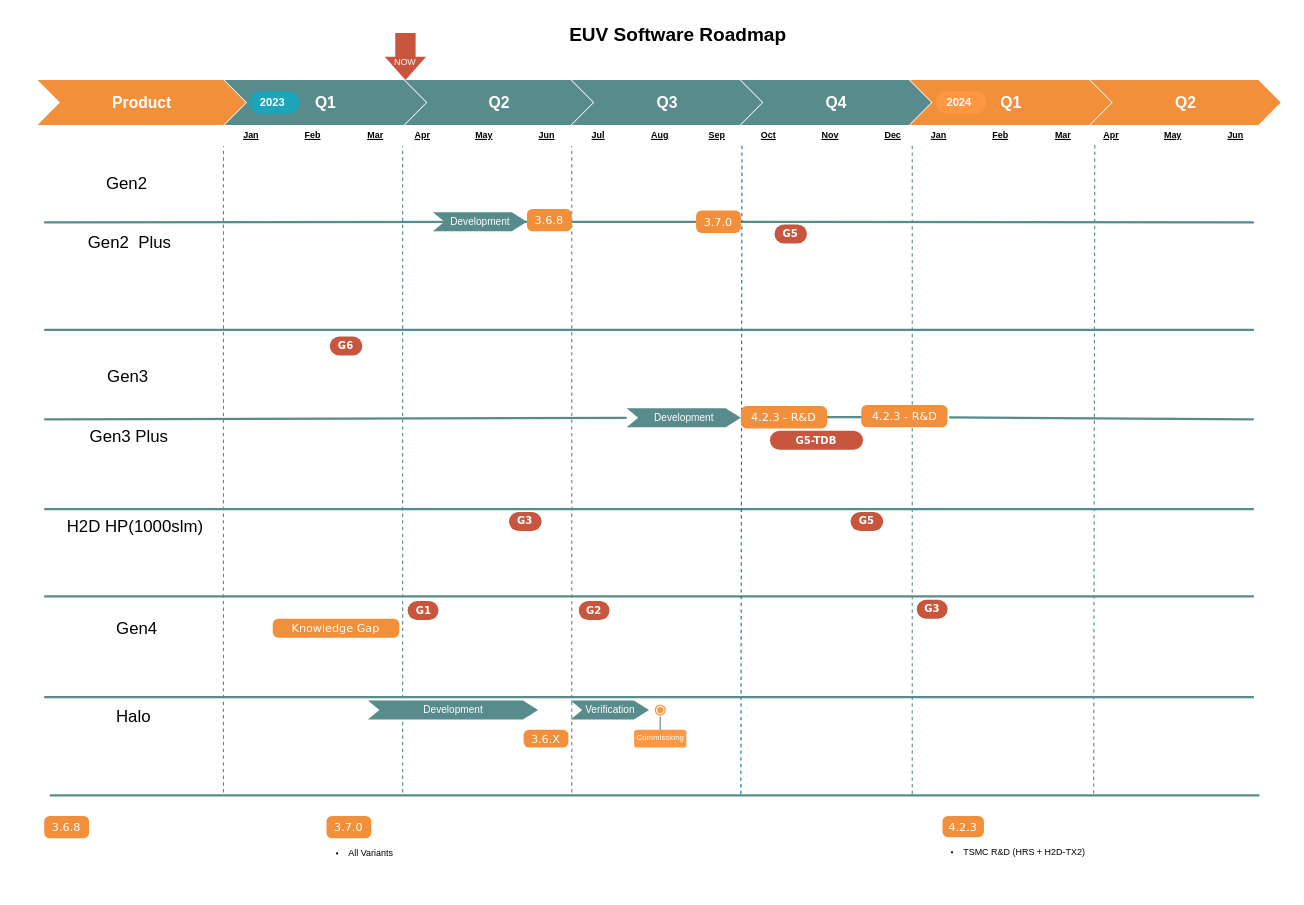
Earlier version of the draw.io diagram page "EUV" (1 of 7) of 0.Project Roadmap.drawio (EdwardsKorea/CommonDrawIO). Source tidied: cells renumbered, new cells numbered last; positions are measured from the earlier drawing's top-left corner, leaving out a move shared by most shapes. Both pictures are drawn from the tidied source at 112%, with x=0, y=0 at pixel (37, 19).
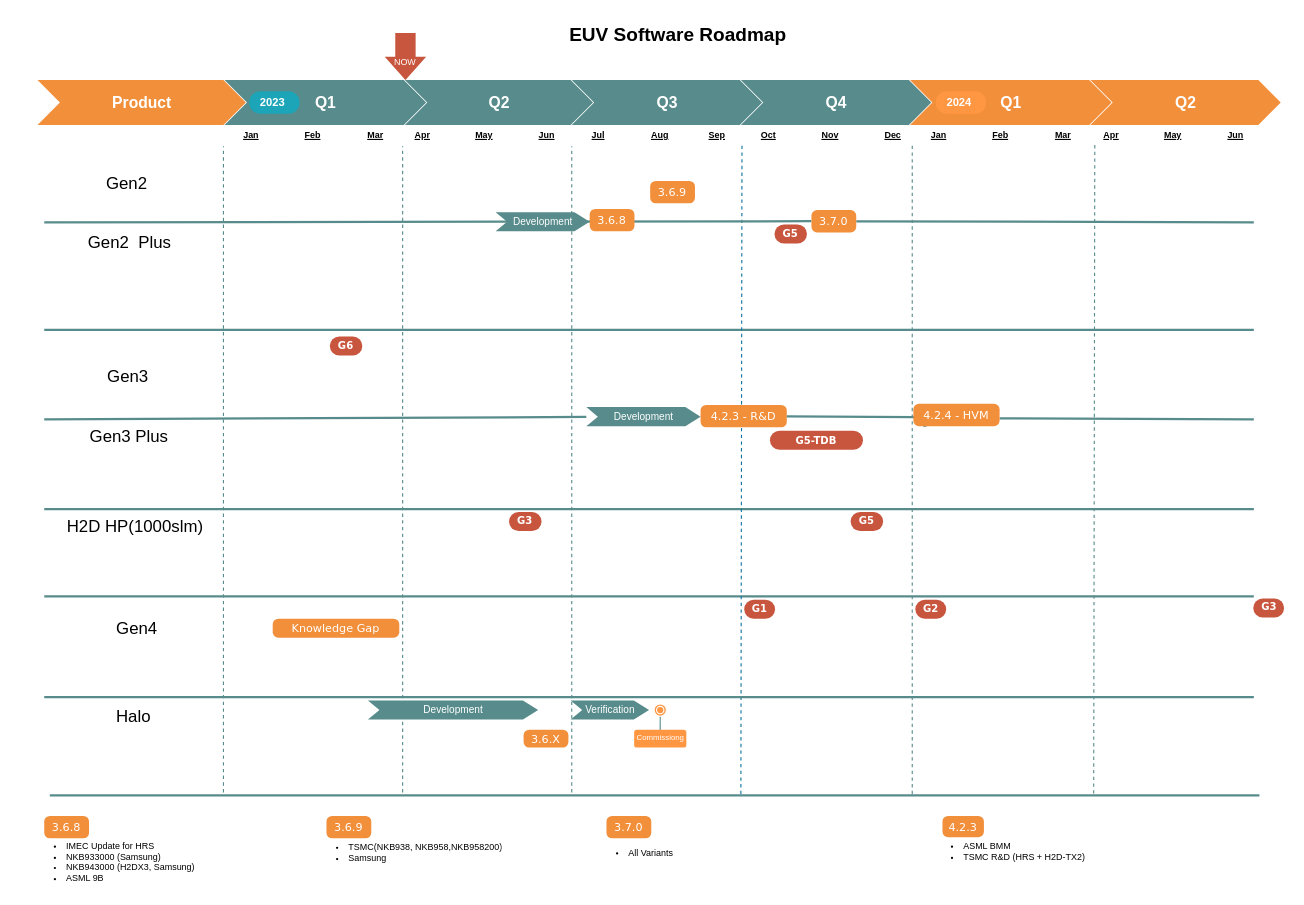
The same page after the edit.

Diff of the diagram source:
```diff
@@
-    <mxCell id="10" style="endArrow=none;html=1;strokeColor=#588b8b;strokeWidth=2;" parent="1" edge="1">
+    <mxCell id="10" style="endArrow=none;html=1;strokeColor=#588b8b;strokeWidth=2;exitX=1;exitY=0.65;exitDx=0;exitDy=0;exitPerimeter=0;" parent="1" edge="1" source="80">
       <mxGeometry relative="1" as="geometry">
-        <mxPoint x="814" y="355.2" as="sourcePoint" />
         <mxPoint x="1086" y="357" as="targetPoint" />
       </mxGeometry>
     </mxCell>
@@
     <mxCell id="57" value="G1" style="rounded=1;whiteSpace=wrap;html=1;arcSize=50;strokeColor=none;strokeWidth=1;fillColor=#c8553d;fontColor=#FFFFFF;whiteSpace=wrap;align=center;verticalAlign=middle;spacingLeft=0;fontStyle=1;fontSize=9;spacing=10;fontFamily=Verdana;" parent="1" vertex="1">
-      <mxGeometry x="330.5" y="519" width="27.5" height="17" as="geometry" />
+      <mxGeometry x="631" y="517.9" width="27.5" height="17" as="geometry" />
     </mxCell>
     <mxCell id="58" value="G2" style="rounded=1;whiteSpace=wrap;html=1;arcSize=50;strokeColor=none;strokeWidth=1;fillColor=#c8553d;fontColor=#FFFFFF;whiteSpace=wrap;align=center;verticalAlign=middle;spacingLeft=0;fontStyle=1;fontSize=9;spacing=10;fontFamily=Verdana;" parent="1" vertex="1">
-      <mxGeometry x="483.2" y="519" width="27.5" height="17" as="geometry" />
+      <mxGeometry x="783.8" y="517.9" width="27.5" height="17" as="geometry" />
     </mxCell>
     <mxCell id="59" value="G3" style="rounded=1;whiteSpace=wrap;html=1;arcSize=50;strokeColor=none;strokeWidth=1;fillColor=#c8553d;fontColor=#FFFFFF;whiteSpace=wrap;align=center;verticalAlign=middle;spacingLeft=0;fontStyle=1;fontSize=9;spacing=10;fontFamily=Verdana;" parent="1" vertex="1">
-      <mxGeometry x="785" y="517.9" width="27.5" height="17" as="geometry" />
+      <mxGeometry x="1085.5" y="516.8" width="27.5" height="17" as="geometry" />
     </mxCell>
@@
-    <mxCell id="62" value="3.7.0" style="html=1;shadow=0;dashed=0;shape=mxgraph.bootstrap.rrect;rSize=5;strokeColor=none;strokeWidth=1;fillColor=#F28f3b;fontColor=#FFFFFF;whiteSpace=wrap;align=center;verticalAlign=middle;spacingLeft=0;fontStyle=0;fontSize=10;spacing=5;fontFamily=Verdana;labelBackgroundColor=none;" parent="1" vertex="1">
+    <mxCell id="62" value="3.6.9" style="html=1;shadow=0;dashed=0;shape=mxgraph.bootstrap.rrect;rSize=5;strokeColor=none;strokeWidth=1;fillColor=#F28f3b;fontColor=#FFFFFF;whiteSpace=wrap;align=center;verticalAlign=middle;spacingLeft=0;fontStyle=0;fontSize=10;spacing=5;fontFamily=Verdana;labelBackgroundColor=none;" parent="1" vertex="1">
       <mxGeometry x="258" y="711" width="40" height="20" as="geometry" />
     </mxCell>
-    <mxCell id="63" value="&lt;ul&gt;&lt;li&gt;All Variants&amp;nbsp;&lt;/li&gt;&lt;/ul&gt;" style="text;strokeColor=none;fillColor=none;html=1;whiteSpace=wrap;verticalAlign=middle;overflow=hidden;fontSize=8;fontFamily=Helvetica;fontColor=#000000;labelPosition=center;verticalLabelPosition=middle;align=left;" parent="1" vertex="1">
+    <mxCell id="63" value="&lt;ul&gt;&lt;li&gt;TSMC(NKB938, NKB958,NKB958200)&lt;/li&gt;&lt;li&gt;Samsung&lt;/li&gt;&lt;/ul&gt;" style="text;strokeColor=none;fillColor=none;html=1;whiteSpace=wrap;verticalAlign=middle;overflow=hidden;fontSize=8;fontFamily=Helvetica;fontColor=#000000;labelPosition=center;verticalLabelPosition=middle;align=left;" parent="1" vertex="1">
       <mxGeometry x="236" y="724" width="211" height="40" as="geometry" />
     </mxCell>
@@
     <mxCell id="70" value="3.7.0" style="html=1;shadow=0;dashed=0;shape=mxgraph.bootstrap.rrect;rSize=5;strokeColor=none;strokeWidth=1;fillColor=#F28f3b;fontColor=#FFFFFF;whiteSpace=wrap;align=center;verticalAlign=middle;spacingLeft=0;fontStyle=0;fontSize=10;spacing=5;fontFamily=Verdana;labelBackgroundColor=none;" parent="1" vertex="1">
-      <mxGeometry x="588" y="170.5" width="40" height="20" as="geometry" />
+      <mxGeometry x="691" y="170" width="40" height="20" as="geometry" />
     </mxCell>
     <mxCell id="71" value="3.6.8" style="html=1;shadow=0;dashed=0;shape=mxgraph.bootstrap.rrect;rSize=5;strokeColor=none;strokeWidth=1;fillColor=#F28f3b;fontColor=#FFFFFF;whiteSpace=wrap;align=center;verticalAlign=middle;spacingLeft=0;fontStyle=0;fontSize=10;spacing=5;fontFamily=Verdana;labelBackgroundColor=none;" parent="1" vertex="1">
-      <mxGeometry x="437" y="169" width="40" height="20" as="geometry" />
+      <mxGeometry x="493" y="169" width="40" height="20" as="geometry" />
     </mxCell>
     <mxCell id="72" value="Development" style="html=1;shape=mxgraph.infographic.ribbonSimple;notch1=10.29;notch2=13.57;fillColor=#588b8b;strokeColor=none;align=center;verticalAlign=middle;fontColor=#ffffff;fontSize=9;fontStyle=0;rounded=0;" parent="1" vertex="1">
-      <mxGeometry x="353" y="172" width="84" height="17" as="geometry" />
+      <mxGeometry x="409" y="172" width="84" height="17" as="geometry" />
     </mxCell>
@@
-    <mxCell id="74" value="&lt;ul&gt;&lt;li&gt;TSMC R&amp;amp;D (HRS + H2D-TX2)&lt;/li&gt;&lt;/ul&gt;" style="text;strokeColor=none;fillColor=none;html=1;whiteSpace=wrap;verticalAlign=middle;overflow=hidden;fontSize=8;fontFamily=Helvetica;fontColor=#000000;labelPosition=center;verticalLabelPosition=middle;align=left;" parent="1" vertex="1">
+    <mxCell id="74" value="&lt;ul&gt;&lt;li&gt;ASML BMM&lt;/li&gt;&lt;li&gt;TSMC R&amp;amp;D (HRS + H2D-TX2)&lt;/li&gt;&lt;/ul&gt;" style="text;strokeColor=none;fillColor=none;html=1;whiteSpace=wrap;verticalAlign=middle;overflow=hidden;fontSize=8;fontFamily=Helvetica;fontColor=#000000;labelPosition=center;verticalLabelPosition=middle;align=left;" parent="1" vertex="1">
       <mxGeometry x="785" y="723" width="241" height="40" as="geometry" />
     </mxCell>
@@
     <mxCell id="76" value="4.2.3 - R&amp;amp;D" style="html=1;shadow=0;dashed=0;shape=mxgraph.bootstrap.rrect;rSize=5;strokeColor=none;strokeWidth=1;fillColor=#F28f3b;fontColor=#FFFFFF;whiteSpace=wrap;align=center;verticalAlign=middle;spacingLeft=0;fontStyle=0;fontSize=10;spacing=5;fontFamily=Verdana;labelBackgroundColor=none;" parent="1" vertex="1">
-      <mxGeometry x="628" y="345" width="77" height="20" as="geometry" />
+      <mxGeometry x="592" y="344" width="77" height="20" as="geometry" />
     </mxCell>
-    <mxCell id="77" style="endArrow=none;html=1;strokeColor=#588b8b;strokeWidth=2;" parent="1" edge="1" source="76">
-      <mxGeometry relative="1" as="geometry">
-        <mxPoint x="737" y="355" as="targetPoint" />
-      </mxGeometry>
+    <mxCell id="77" style="endArrow=none;html=1;strokeColor=#588b8b;strokeWidth=2;entryX=0.013;entryY=0.6;entryDx=0;entryDy=0;entryPerimeter=0;" parent="1" edge="1" source="76" target="80">
+      <mxGeometry relative="1" as="geometry" />
     </mxCell>
@@
     <mxCell id="79" value="Development" style="html=1;shape=mxgraph.infographic.ribbonSimple;notch1=10.29;notch2=13.57;fillColor=#588b8b;strokeColor=none;align=center;verticalAlign=middle;fontColor=#ffffff;fontSize=9;fontStyle=0;rounded=0;" parent="1" vertex="1">
-      <mxGeometry x="526" y="347" width="102" height="17" as="geometry" />
+      <mxGeometry x="490" y="346" width="102" height="17" as="geometry" />
     </mxCell>
+    <mxCell id="81" value="3.6.9" style="html=1;shadow=0;dashed=0;shape=mxgraph.bootstrap.rrect;rSize=5;strokeColor=none;strokeWidth=1;fillColor=#F28f3b;fontColor=#FFFFFF;whiteSpace=wrap;align=center;verticalAlign=middle;spacingLeft=0;fontStyle=0;fontSize=10;spacing=5;fontFamily=Verdana;labelBackgroundColor=none;" parent="1" vertex="1">
+      <mxGeometry x="547" y="144" width="40" height="20" as="geometry" />
+    </mxCell>
+    <mxCell id="82" style="endArrow=none;html=1;strokeColor=#588b8b;strokeWidth=2;" parent="1" edge="1" target="80">
+      <mxGeometry relative="1" as="geometry">
+        <mxPoint x="814" y="355.2" as="sourcePoint" />
+      </mxGeometry>
+    </mxCell>
-    <mxCell id="80" value="4.2.3 - R&amp;amp;D" style="html=1;shadow=0;dashed=0;shape=mxgraph.bootstrap.rrect;rSize=5;strokeColor=none;strokeWidth=1;fillColor=#F28f3b;fontColor=#FFFFFF;whiteSpace=wrap;align=center;verticalAlign=middle;spacingLeft=0;fontStyle=0;fontSize=10;spacing=5;fontFamily=Verdana;labelBackgroundColor=none;" parent="1" vertex="1">
-      <mxGeometry x="735.5" y="344" width="77" height="20" as="geometry" />
+    <mxCell id="80" value="4.2.4 - HVM" style="html=1;shadow=0;dashed=0;shape=mxgraph.bootstrap.rrect;rSize=5;strokeColor=none;strokeWidth=1;fillColor=#F28f3b;fontColor=#FFFFFF;whiteSpace=wrap;align=center;verticalAlign=middle;spacingLeft=0;fontStyle=0;fontSize=10;spacing=5;fontFamily=Verdana;labelBackgroundColor=none;" parent="1" vertex="1">
+      <mxGeometry x="782" y="343" width="77" height="20" as="geometry" />
     </mxCell>
+    <mxCell id="83" value="&lt;ul&gt;&lt;li&gt;IMEC Update for HRS&lt;/li&gt;&lt;li&gt;NKB933000 (Samsung)&lt;/li&gt;&lt;li&gt;NKB943000 (H2DX3, Samsung)&lt;/li&gt;&lt;li&gt;ASML 9B&lt;/li&gt;&lt;/ul&gt;" style="text;strokeColor=none;fillColor=none;html=1;whiteSpace=wrap;verticalAlign=middle;overflow=hidden;fontSize=8;fontFamily=Helvetica;fontColor=#000000;labelPosition=center;verticalLabelPosition=middle;align=left;" parent="1" vertex="1">
+      <mxGeometry x="-16.1" y="723" width="211" height="51" as="geometry" />
+    </mxCell>
+    <mxCell id="84" value="3.7.0" style="html=1;shadow=0;dashed=0;shape=mxgraph.bootstrap.rrect;rSize=5;strokeColor=none;strokeWidth=1;fillColor=#F28f3b;fontColor=#FFFFFF;whiteSpace=wrap;align=center;verticalAlign=middle;spacingLeft=0;fontStyle=0;fontSize=10;spacing=5;fontFamily=Verdana;labelBackgroundColor=none;" parent="1" vertex="1">
+      <mxGeometry x="508" y="711" width="40" height="20" as="geometry" />
+    </mxCell>
+    <mxCell id="85" value="&lt;ul&gt;&lt;li&gt;All Variants&amp;nbsp;&lt;/li&gt;&lt;/ul&gt;" style="text;strokeColor=none;fillColor=none;html=1;whiteSpace=wrap;verticalAlign=middle;overflow=hidden;fontSize=8;fontFamily=Helvetica;fontColor=#000000;labelPosition=center;verticalLabelPosition=middle;align=left;" parent="1" vertex="1">
+      <mxGeometry x="486" y="724" width="211" height="40" as="geometry" />
+    </mxCell>
```
